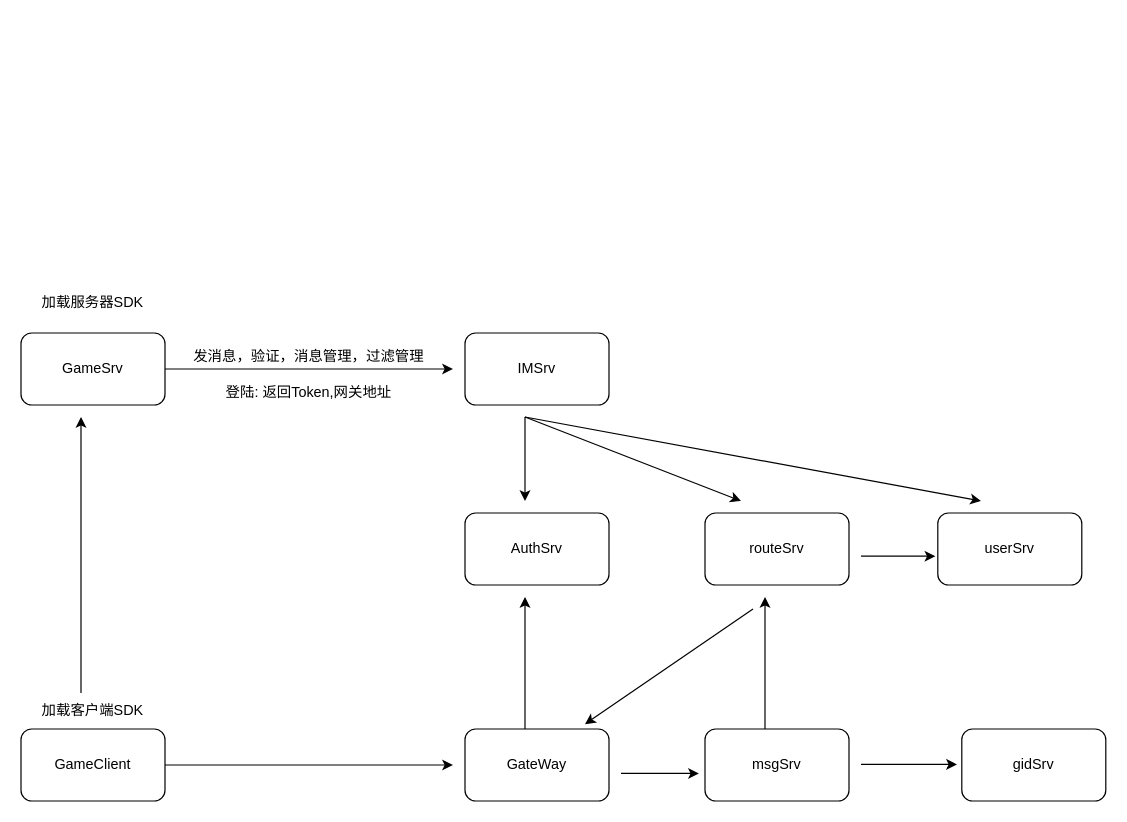
This is drawio/Untitled Diagram.drawio from hwholiday/learning_tools, a draw.io file, before an edit. Source tidied: cells renumbered, new cells numbered last; positions are measured from the earlier drawing's top-left corner, leaving out a move shared by most shapes. Both pictures are drawn from the tidied source at 120%, with x=0, y=0 at pixel (20, 284).
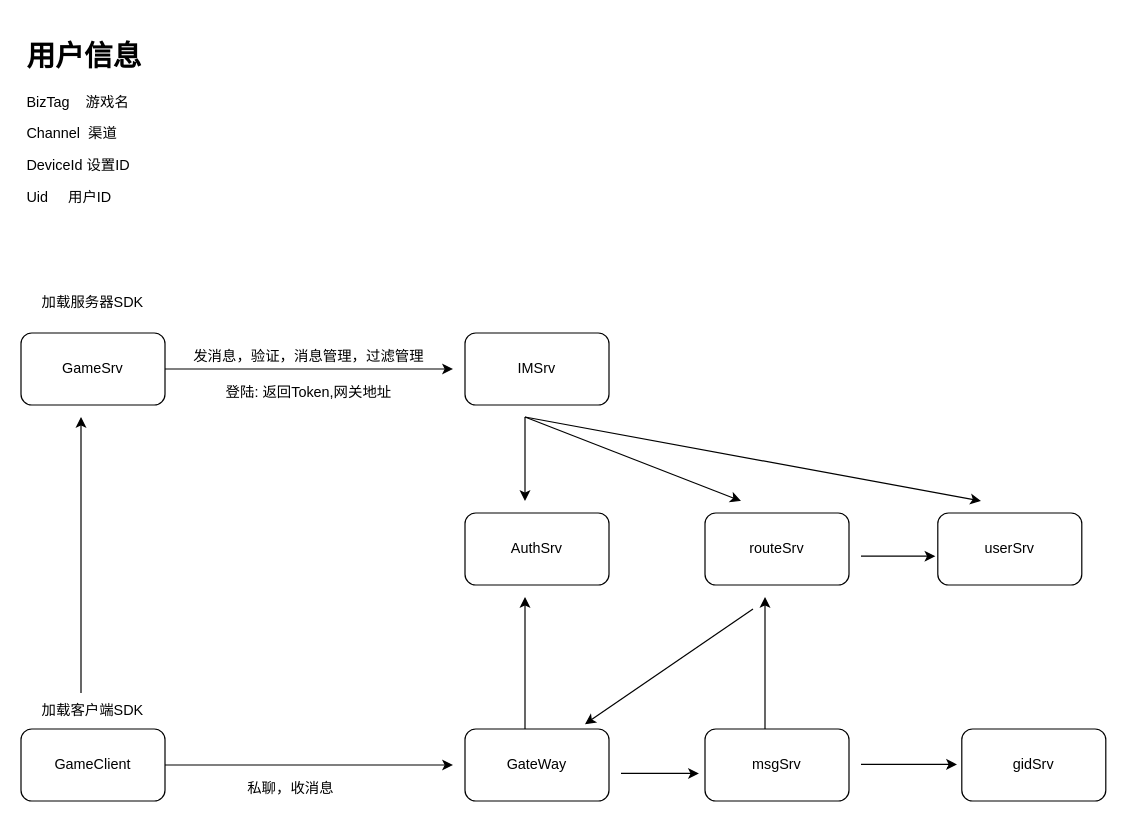
After the change.

What changed in the source:
```diff
@@
+    <mxCell id="27" value="私聊，收消息" style="text;html=1;strokeColor=none;fillColor=none;align=center;verticalAlign=middle;whiteSpace=wrap;rounded=0;" parent="1" vertex="1">
+      <mxGeometry x="170" y="410" width="110" height="20" as="geometry" />
+    </mxCell>
+    <mxCell id="28" value="&lt;h1&gt;用户信息&lt;/h1&gt;&lt;p&gt;BizTag&amp;nbsp; &amp;nbsp; 游戏名&lt;/p&gt;&lt;p&gt;Channel&amp;nbsp; 渠道&lt;/p&gt;&lt;p&gt;DeviceId 设置ID&lt;/p&gt;&lt;p&gt;Uid&amp;nbsp; &amp;nbsp; &amp;nbsp;用户ID&lt;/p&gt;" style="text;html=1;strokeColor=none;fillColor=none;spacing=5;spacingTop=-20;whiteSpace=wrap;overflow=hidden;rounded=0;" parent="1" vertex="1">
+      <mxGeometry y="-210" width="190" height="150" as="geometry" />
+    </mxCell>
```
